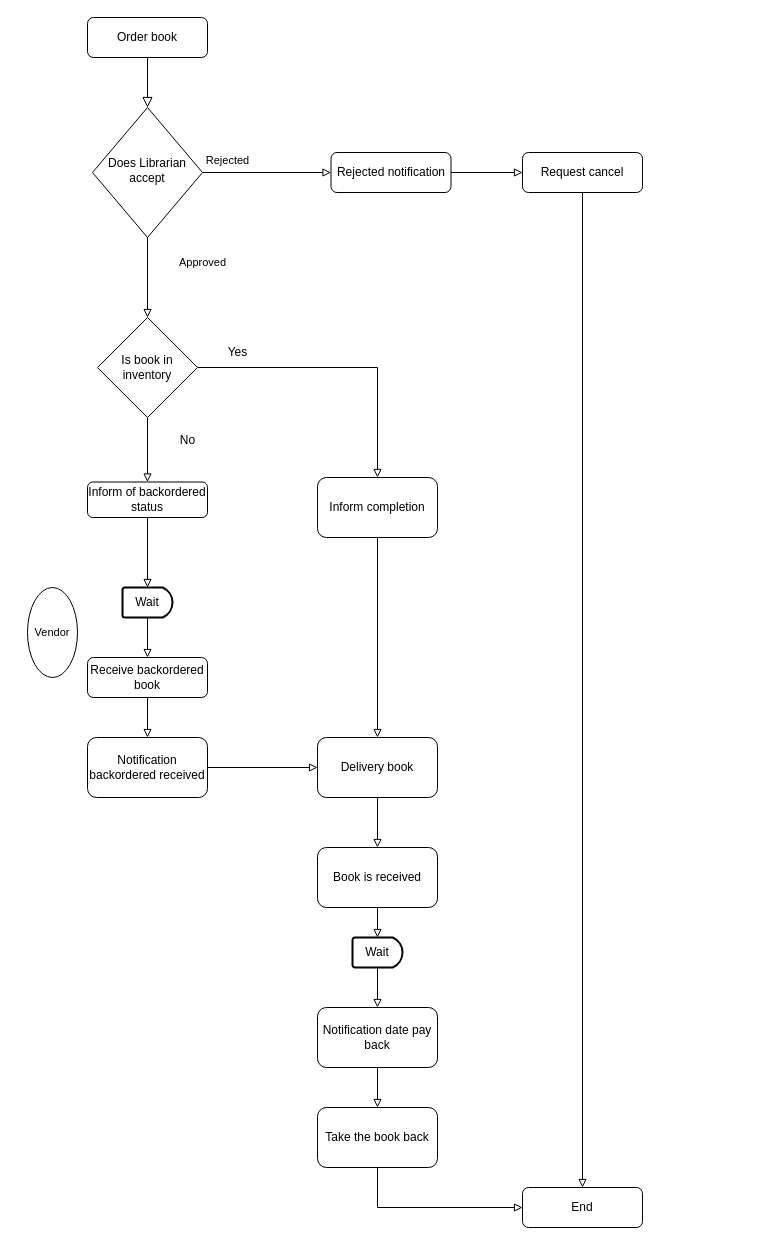
The draw.io diagram borrow-book.drawio in thang21022000/UseCaseFinalProject, before the edit. Source tidied: cells renumbered, new cells numbered last; positions are measured from the earlier drawing's top-left corner, leaving out a move shared by most shapes. Both pictures are drawn from the tidied source at 100%, with x=0, y=0 at pixel (27, 17).
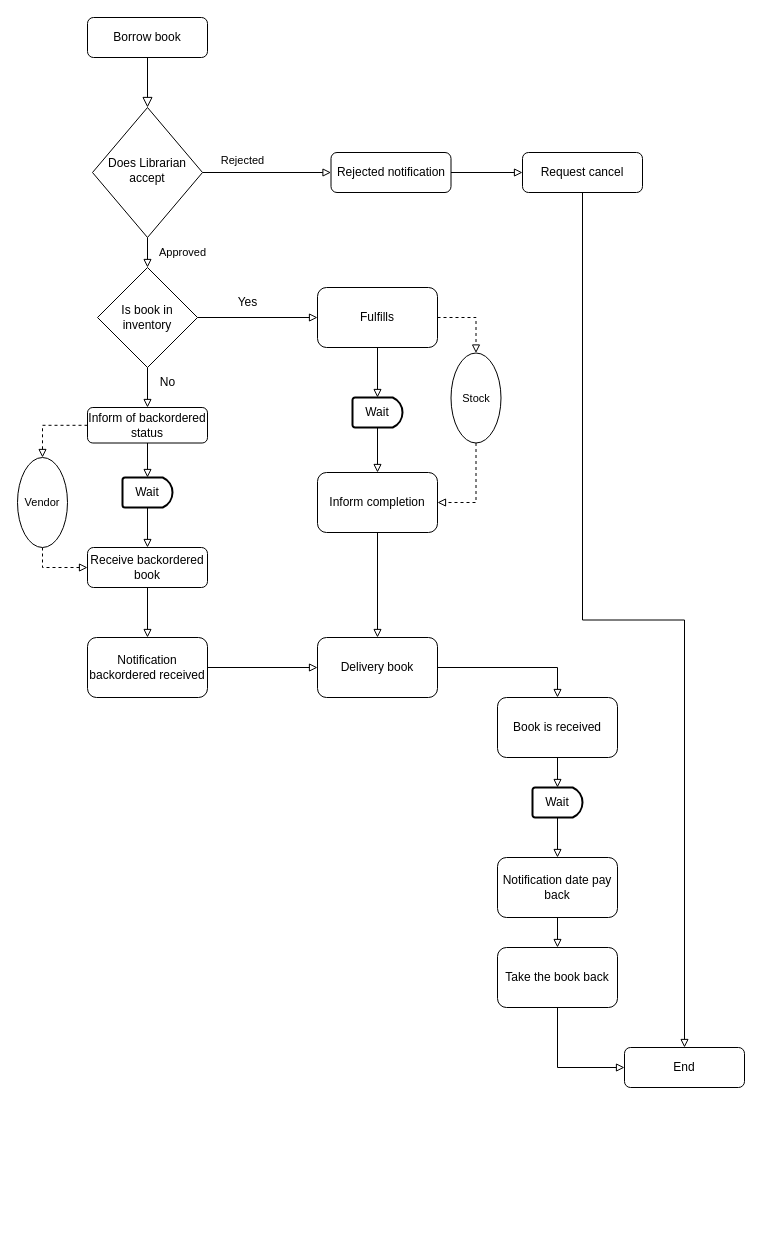
Above is the later version.

What changed in the source:
```diff
@@
-    <mxCell id="3" value="Order book" style="rounded=1;whiteSpace=wrap;html=1;fontSize=12;glass=0;strokeWidth=1;shadow=0;" parent="1" vertex="1">
+    <mxCell id="3" value="Borrow book" style="rounded=1;whiteSpace=wrap;html=1;fontSize=12;glass=0;strokeWidth=1;shadow=0;" parent="1" vertex="1">
       <mxGeometry x="60" width="120" height="40" as="geometry" />
     </mxCell>
@@
     <mxCell id="11" value="End" style="rounded=1;whiteSpace=wrap;html=1;fontSize=12;glass=0;strokeWidth=1;shadow=0;" parent="1" vertex="1">
-      <mxGeometry x="495" y="1170" width="120" height="40" as="geometry" />
+      <mxGeometry x="597" y="1030" width="120" height="40" as="geometry" />
     </mxCell>
     <mxCell id="12" value="Rejected" style="text;html=1;align=center;verticalAlign=middle;strokeColor=none;fillColor=none;fontSize=11;fontFamily=Helvetica;fontColor=default;" parent="1" vertex="1">
-      <mxGeometry x="165" y="128" width="70" height="30" as="geometry" />
+      <mxGeometry x="180" y="128" width="70" height="30" as="geometry" />
     </mxCell>
     <mxCell id="13" value="Approved" style="text;html=1;align=center;verticalAlign=middle;strokeColor=none;fillColor=none;fontSize=11;fontFamily=Helvetica;fontColor=default;" parent="1" vertex="1">
-      <mxGeometry x="140" y="230" width="70" height="30" as="geometry" />
+      <mxGeometry x="120" y="220" width="70" height="30" as="geometry" />
     </mxCell>
+    <mxCell id="40" style="edgeStyle=orthogonalEdgeStyle;rounded=0;jettySize=auto;html=1;entryX=1;entryY=0.5;entryDx=0;entryDy=0;dashed=1;endArrow=block;endFill=0;exitX=0.5;exitY=1;exitDx=0;exitDy=0;exitPerimeter=0;" parent="1" edge="1" source="14" target="39">
+      <mxGeometry relative="1" as="geometry" />
+    </mxCell>
-    <mxCell id="14" value="Vendor" style="strokeWidth=1;html=1;shape=mxgraph.flowchart.start_2;whiteSpace=wrap;fontFamily=Helvetica;fontSize=11;fontColor=default;" parent="1" vertex="1">
-      <mxGeometry y="570" width="50" height="90" as="geometry" />
+    <mxCell id="14" value="Stock" style="strokeWidth=1;html=1;shape=mxgraph.flowchart.start_2;whiteSpace=wrap;fontFamily=Helvetica;fontSize=11;fontColor=default;" parent="1" vertex="1">
+      <mxGeometry x="423.5" y="335.5" width="50" height="90" as="geometry" />
     </mxCell>
@@
-    <mxCell id="16" style="edgeStyle=orthogonalEdgeStyle;rounded=0;jettySize=auto;html=1;entryX=0.5;entryY=0;entryDx=0;entryDy=0;endArrow=block;endFill=0;" parent="1" edge="1" source="17" target="39">
+    <mxCell id="16" style="edgeStyle=orthogonalEdgeStyle;rounded=0;jettySize=auto;html=1;entryX=0;entryY=0.5;entryDx=0;entryDy=0;endArrow=block;endFill=0;" parent="1" edge="1" source="17" target="44">
       <mxGeometry relative="1" as="geometry" />
     </mxCell>
     <mxCell id="17" value="Is book in inventory" style="strokeWidth=1;html=1;shape=mxgraph.flowchart.decision;whiteSpace=wrap;" parent="1" vertex="1">
-      <mxGeometry x="70" y="300" width="100" height="100" as="geometry" />
+      <mxGeometry x="70" y="250" width="100" height="100" as="geometry" />
     </mxCell>
@@
+    <mxCell id="41" style="edgeStyle=orthogonalEdgeStyle;rounded=0;jettySize=auto;html=1;entryX=0.5;entryY=0;entryDx=0;entryDy=0;entryPerimeter=0;dashed=1;endArrow=block;endFill=0;" parent="1" edge="1" source="19" target="48">
+      <mxGeometry relative="1" as="geometry" />
+    </mxCell>
     <mxCell id="19" value="Inform of backordered status" style="rounded=1;whiteSpace=wrap;html=1;" parent="1" vertex="1">
-      <mxGeometry x="60" y="464.5" width="120" height="35.5" as="geometry" />
+      <mxGeometry x="60" y="390" width="120" height="35.5" as="geometry" />
     </mxCell>
@@
     <mxCell id="21" value="Receive backordered book" style="rounded=1;whiteSpace=wrap;html=1;" parent="1" vertex="1">
-      <mxGeometry x="60" y="640" width="120" height="40" as="geometry" />
+      <mxGeometry x="60" y="530" width="120" height="40" as="geometry" />
     </mxCell>
     <mxCell id="22" value="No" style="text;html=1;align=center;verticalAlign=middle;strokeColor=none;fillColor=none;" parent="1" vertex="1">
-      <mxGeometry x="140" y="408" width="40" height="30" as="geometry" />
+      <mxGeometry x="120" y="350" width="40" height="30" as="geometry" />
     </mxCell>
@@
     <mxCell id="24" value="Wait" style="strokeWidth=2;html=1;shape=mxgraph.flowchart.delay;whiteSpace=wrap;" parent="1" vertex="1">
-      <mxGeometry x="95" y="570" width="50" height="30" as="geometry" />
+      <mxGeometry x="95" y="460" width="50" height="30" as="geometry" />
     </mxCell>
@@
     <mxCell id="26" value="Notification backordered received" style="rounded=1;whiteSpace=wrap;html=1;" parent="1" vertex="1">
-      <mxGeometry x="60" y="720" width="120" height="60" as="geometry" />
+      <mxGeometry x="60" y="620" width="120" height="60" as="geometry" />
     </mxCell>
@@
     <mxCell id="28" value="Delivery book" style="rounded=1;whiteSpace=wrap;html=1;" parent="1" vertex="1">
-      <mxGeometry x="290" y="720" width="120" height="60" as="geometry" />
+      <mxGeometry x="290" y="620" width="120" height="60" as="geometry" />
     </mxCell>
@@
     <mxCell id="30" value="Book is received" style="rounded=1;whiteSpace=wrap;html=1;" parent="1" vertex="1">
-      <mxGeometry x="290" y="830" width="120" height="60" as="geometry" />
+      <mxGeometry x="470" y="680" width="120" height="60" as="geometry" />
     </mxCell>
@@
     <mxCell id="32" value="Wait" style="strokeWidth=2;html=1;shape=mxgraph.flowchart.delay;whiteSpace=wrap;" parent="1" vertex="1">
-      <mxGeometry x="325" y="920" width="50" height="30" as="geometry" />
+      <mxGeometry x="505" y="770" width="50" height="30" as="geometry" />
     </mxCell>
@@
     <mxCell id="34" value="Notification date pay back" style="rounded=1;whiteSpace=wrap;html=1;" parent="1" vertex="1">
-      <mxGeometry x="290" y="990" width="120" height="60" as="geometry" />
+      <mxGeometry x="470" y="840" width="120" height="60" as="geometry" />
     </mxCell>
@@
     <mxCell id="36" value="Take the book back" style="rounded=1;whiteSpace=wrap;html=1;" parent="1" vertex="1">
-      <mxGeometry x="290" y="1090" width="120" height="60" as="geometry" />
+      <mxGeometry x="470" y="930" width="120" height="60" as="geometry" />
     </mxCell>
     <mxCell id="37" value="Yes" style="text;html=1;align=center;verticalAlign=middle;strokeColor=none;fillColor=none;" parent="1" vertex="1">
-      <mxGeometry x="190" y="320" width="40" height="30" as="geometry" />
+      <mxGeometry x="200" y="270" width="40" height="30" as="geometry" />
     </mxCell>
@@
     <mxCell id="39" value="Inform completion" style="rounded=1;whiteSpace=wrap;html=1;" parent="1" vertex="1">
-      <mxGeometry x="290" y="460" width="120" height="60" as="geometry" />
+      <mxGeometry x="290" y="455" width="120" height="60" as="geometry" />
     </mxCell>
+    <mxCell id="42" style="edgeStyle=orthogonalEdgeStyle;rounded=0;jettySize=auto;html=1;entryX=0.5;entryY=0;entryDx=0;entryDy=0;entryPerimeter=0;endArrow=block;endFill=0;" parent="1" edge="1" source="44" target="46">
+      <mxGeometry relative="1" as="geometry" />
+    </mxCell>
+    <mxCell id="43" style="edgeStyle=orthogonalEdgeStyle;rounded=0;jettySize=auto;html=1;entryX=0.5;entryY=0;entryDx=0;entryDy=0;entryPerimeter=0;endArrow=block;endFill=0;dashed=1;" parent="1" edge="1" source="44" target="14">
+      <mxGeometry relative="1" as="geometry" />
+    </mxCell>
+    <mxCell id="44" value="Fulfills" style="rounded=1;whiteSpace=wrap;html=1;" parent="1" vertex="1">
+      <mxGeometry x="290" y="270" width="120" height="60" as="geometry" />
+    </mxCell>
+    <mxCell id="45" style="edgeStyle=orthogonalEdgeStyle;rounded=0;jettySize=auto;html=1;entryX=0.5;entryY=0;entryDx=0;entryDy=0;endArrow=block;endFill=0;" parent="1" edge="1" source="46" target="39">
+      <mxGeometry relative="1" as="geometry" />
+    </mxCell>
+    <mxCell id="46" value="Wait" style="strokeWidth=2;html=1;shape=mxgraph.flowchart.delay;whiteSpace=wrap;" parent="1" vertex="1">
+      <mxGeometry x="325" y="380" width="50" height="30" as="geometry" />
+    </mxCell>
+    <mxCell id="47" style="edgeStyle=orthogonalEdgeStyle;rounded=0;jettySize=auto;html=1;entryX=0;entryY=0.5;entryDx=0;entryDy=0;dashed=1;endArrow=block;endFill=0;exitX=0.5;exitY=1;exitDx=0;exitDy=0;exitPerimeter=0;" parent="1" edge="1" source="48" target="21">
+      <mxGeometry relative="1" as="geometry" />
+    </mxCell>
+    <mxCell id="48" value="Vendor" style="strokeWidth=1;html=1;shape=mxgraph.flowchart.start_2;whiteSpace=wrap;fontFamily=Helvetica;fontSize=11;fontColor=default;" parent="1" vertex="1">
+      <mxGeometry x="-10" y="440" width="50" height="90" as="geometry" />
+    </mxCell>
```
